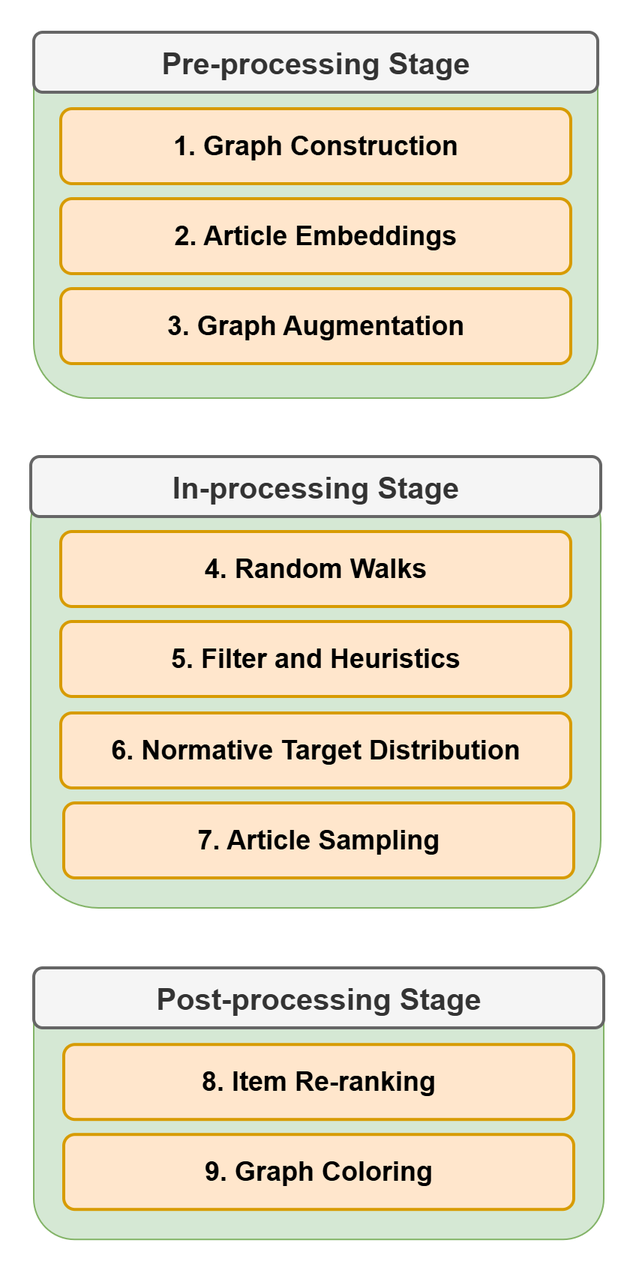
The draw.io diagram docs/source/img/presentation_assets/algorithm_pipeline_v4.2_simple.png in Informfully/Documentation, before a commit. Source tidied: cells renumbered, new cells last; positions are measured from the earlier drawing's top-left corner, leaving out a move shared by most shapes.
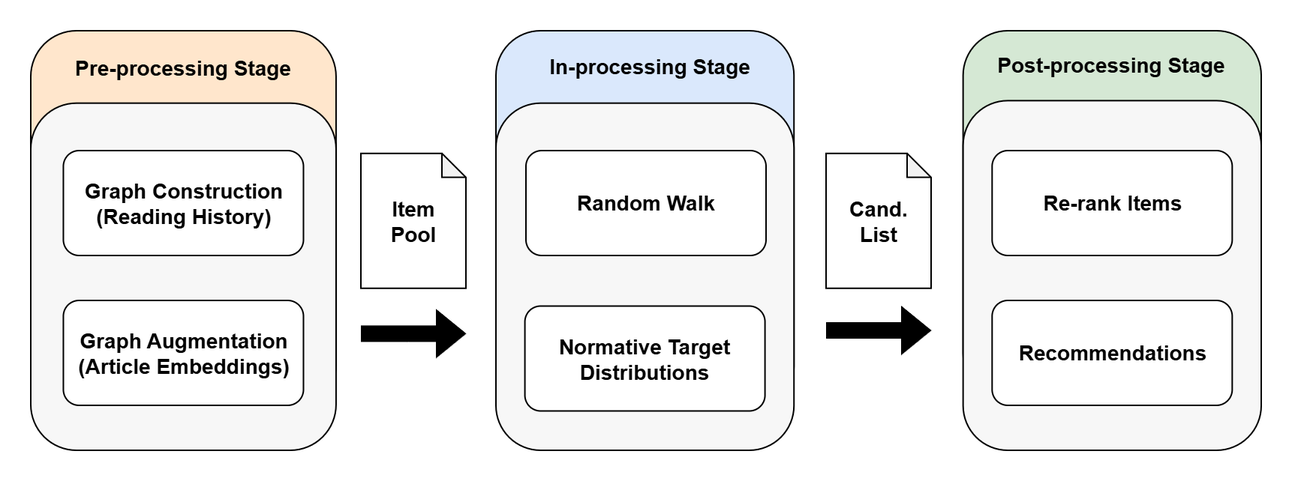
After the change.

Commit message:
Revised presentation diagram

Diff of the diagram source:
```diff
@@ -2,50 +2,74 @@
   <root>
     <mxCell id="0" />
     <mxCell id="1" parent="0" />
-    <mxCell id="2" style="rounded=1;whiteSpace=wrap;html=1;fillColor=#d5e8d4;strokeColor=#82b366;" parent="1" vertex="1">
-      <mxGeometry x="2" width="376" height="244" as="geometry" />
+    <mxCell id="2" value="&lt;font style=&quot;font-size: 14px;&quot;&gt;&lt;b&gt;Item&lt;br&gt;Pool&lt;/b&gt;&lt;/font&gt;" style="shape=note;whiteSpace=wrap;html=1;backgroundOutline=1;darkOpacity=0.05;size=16;" parent="1" vertex="1">
+      <mxGeometry x="976" y="214.9" width="70" height="90" as="geometry" />
     </mxCell>
-    <mxCell id="3" value="&lt;font style=&quot;font-size: 18px;&quot;&gt;&lt;b style=&quot;&quot;&gt;1. Graph Construction&lt;/b&gt;&lt;/font&gt;" style="rounded=1;whiteSpace=wrap;html=1;fillColor=#ffe6cc;strokeColor=#d79b00;strokeWidth=2;" parent="1" vertex="1">
-      <mxGeometry x="20" y="51" width="340" height="50" as="geometry" />
+    <mxCell id="3" value="&lt;font style=&quot;font-size: 14px;&quot;&gt;&lt;b style=&quot;&quot;&gt;Cand.&lt;br&gt;List&lt;/b&gt;&lt;/font&gt;" style="shape=note;whiteSpace=wrap;html=1;backgroundOutline=1;darkOpacity=0.05;size=16;" parent="1" vertex="1">
+      <mxGeometry x="1286" y="214.9" width="70" height="90" as="geometry" />
     </mxCell>
-    <mxCell id="4" value="&lt;b&gt;&lt;font style=&quot;font-size: 20px;&quot;&gt;Pre-processing Stage&lt;/font&gt;&lt;/b&gt;" style="rounded=1;whiteSpace=wrap;html=1;fillColor=#f5f5f5;strokeColor=#666666;fontColor=#333333;strokeWidth=2;" parent="1" vertex="1">
-      <mxGeometry x="2" width="376" height="40" as="geometry" />
+    <mxCell id="4" style="group;" parent="1" vertex="1">
+      <mxGeometry x="1376" y="133" width="200" height="280" as="geometry" />
     </mxCell>
-    <mxCell id="5" value="&lt;font style=&quot;font-size: 18px;&quot;&gt;&lt;b style=&quot;&quot;&gt;2. Article Embeddings&lt;/b&gt;&lt;/font&gt;" style="rounded=1;whiteSpace=wrap;html=1;fillColor=#ffe6cc;strokeColor=#d79b00;strokeWidth=2;" parent="1" vertex="1">
-      <mxGeometry x="20" y="111" width="340" height="50" as="geometry" />
+    <mxCell id="5" style="rounded=1;whiteSpace=wrap;html=1;fillColor=#d5e8d4;strokeColor=#000000;" parent="4" vertex="1">
+      <mxGeometry x="1.3" width="198.7" height="245" as="geometry" />
     </mxCell>
-    <mxCell id="6" style="rounded=1;whiteSpace=wrap;html=1;fillColor=#d5e8d4;strokeColor=#82b366;" parent="1" vertex="1">
-      <mxGeometry y="283" width="380" height="301" as="geometry" />
+    <mxCell id="6" style="rounded=1;whiteSpace=wrap;html=1;fillColor=light-dark(#F7F7F7,#EDEDED);" parent="4" vertex="1">
+      <mxGeometry x="1.3" y="46.7" width="198.7" height="233.3" as="geometry" />
     </mxCell>
-    <mxCell id="7" value="&lt;b&gt;&lt;font style=&quot;font-size: 20px;&quot;&gt;In-processing Stage&lt;/font&gt;&lt;/b&gt;" style="rounded=1;whiteSpace=wrap;html=1;fillColor=#f5f5f5;strokeColor=#666666;fontColor=#333333;strokeWidth=2;" parent="1" vertex="1">
-      <mxGeometry y="283" width="380" height="40" as="geometry" />
+    <mxCell id="7" value="&lt;font style=&quot;font-size: 14px;&quot;&gt;&lt;b style=&quot;&quot;&gt;Post-processing Stage&lt;/b&gt;&lt;/font&gt;" style="text;html=1;align=center;verticalAlign=middle;whiteSpace=wrap;rounded=0;" parent="4" vertex="1">
+      <mxGeometry width="200" height="46.7" as="geometry" />
     </mxCell>
-    <mxCell id="8" value="&lt;b&gt;&lt;font style=&quot;font-size: 18px;&quot;&gt;4. Random Walks&lt;/font&gt;&lt;/b&gt;" style="rounded=1;whiteSpace=wrap;html=1;fillColor=#ffe6cc;strokeColor=#d79b00;strokeWidth=2;" parent="1" vertex="1">
-      <mxGeometry x="20" y="333" width="340" height="50" as="geometry" />
+    <mxCell id="8" value="Re-rank Items" style="rounded=1;whiteSpace=wrap;html=1;fontStyle=1;fontSize=14;" parent="4" vertex="1">
+      <mxGeometry x="20.7" y="80" width="160" height="70" as="geometry" />
     </mxCell>
-    <mxCell id="9" value="&lt;b&gt;&lt;font&gt;&lt;font style=&quot;font-size: 18px;&quot;&gt;5. Filter and Heuristics&lt;/font&gt;&lt;/font&gt;&lt;/b&gt;" style="rounded=1;whiteSpace=wrap;html=1;fillColor=#ffe6cc;strokeColor=#d79b00;strokeWidth=2;" parent="1" vertex="1">
-      <mxGeometry x="20" y="393" width="340" height="50" as="geometry" />
+    <mxCell id="9" value="Recommendations" style="rounded=1;whiteSpace=wrap;html=1;fontStyle=1;fontSize=14;" parent="4" vertex="1">
+      <mxGeometry x="20.7" y="180" width="160" height="70" as="geometry" />
     </mxCell>
-    <mxCell id="10" style="rounded=1;whiteSpace=wrap;html=1;fillColor=#d5e8d4;strokeColor=#82b366;" parent="1" vertex="1">
-      <mxGeometry x="2" y="624" width="380" height="181.1" as="geometry" />
+    <mxCell id="10" value="z" style="group;" parent="1" vertex="1">
+      <mxGeometry x="756" y="133" width="230" height="290" as="geometry" />
     </mxCell>
-    <mxCell id="11" value="&lt;b&gt;&lt;font style=&quot;font-size: 20px;&quot;&gt;Post-processing Stage&lt;/font&gt;&lt;/b&gt;" style="rounded=1;whiteSpace=wrap;html=1;fillColor=#f5f5f5;strokeColor=#666666;fontColor=#333333;strokeWidth=2;" parent="1" vertex="1">
-      <mxGeometry x="2" y="624" width="380" height="40" as="geometry" />
+    <mxCell id="11" style="rounded=1;whiteSpace=wrap;html=1;fillColor=#ffe6cc;strokeColor=#000000;" parent="10" vertex="1">
+      <mxGeometry width="203.5" height="253.7" as="geometry" />
     </mxCell>
-    <mxCell id="12" value="&lt;b&gt;&lt;font style=&quot;font-size: 18px;&quot;&gt;8. Item Re-ranking&lt;/font&gt;&lt;/b&gt;" style="rounded=1;whiteSpace=wrap;html=1;fillColor=#ffe6cc;strokeColor=#d79b00;strokeWidth=2;" parent="1" vertex="1">
-      <mxGeometry x="22" y="675.1" width="340" height="50" as="geometry" />
+    <mxCell id="12" style="rounded=1;whiteSpace=wrap;html=1;fillColor=light-dark(#F7F7F7,#EDEDED);" parent="10" vertex="1">
+      <mxGeometry y="48.3" width="203.5" height="231.7" as="geometry" />
     </mxCell>
-    <mxCell id="13" value="&lt;b&gt;&lt;font style=&quot;font-size: 18px;&quot;&gt;9. Graph Coloring&lt;/font&gt;&lt;/b&gt;" style="rounded=1;whiteSpace=wrap;html=1;fillColor=#ffe6cc;strokeColor=#d79b00;strokeWidth=2;" parent="1" vertex="1">
-      <mxGeometry x="22" y="735.1" width="340" height="50" as="geometry" />
+    <mxCell id="13" value="&lt;font style=&quot;font-size: 14px;&quot;&gt;&lt;b&gt;Pre-processing Stage&lt;/b&gt;&lt;/font&gt;" style="text;html=1;align=center;verticalAlign=middle;whiteSpace=wrap;rounded=0;" parent="10" vertex="1">
+      <mxGeometry width="203.5" height="50" as="geometry" />
     </mxCell>
-    <mxCell id="14" value="&lt;font style=&quot;font-size: 18px;&quot;&gt;&lt;b style=&quot;&quot;&gt;3. Graph Augmentation&lt;/b&gt;&lt;/font&gt;" style="rounded=1;whiteSpace=wrap;html=1;fillColor=#ffe6cc;strokeColor=#d79b00;strokeWidth=2;" parent="1" vertex="1">
-      <mxGeometry x="20" y="171" width="340" height="50" as="geometry" />
+    <mxCell id="14" value="Graph Construction&lt;br&gt;(Reading History)" style="rounded=1;whiteSpace=wrap;html=1;fontStyle=1;fontSize=14;" parent="10" vertex="1">
+      <mxGeometry x="21.7" y="80" width="160" height="70" as="geometry" />
     </mxCell>
-    <mxCell id="15" value="&lt;font style=&quot;font-size: 18px;&quot;&gt;&lt;b style=&quot;&quot;&gt;6. Normative Target Distribution&lt;/b&gt;&lt;/font&gt;" style="rounded=1;whiteSpace=wrap;html=1;fillColor=#ffe6cc;strokeColor=#d79b00;strokeWidth=2;" parent="1" vertex="1">
-      <mxGeometry x="20" y="454" width="340" height="50" as="geometry" />
+    <mxCell id="15" value="Graph Augmentation&lt;br&gt;(Article Embeddings)" style="rounded=1;whiteSpace=wrap;html=1;fontStyle=1;fontSize=14;" parent="10" vertex="1">
+      <mxGeometry x="21.7" y="180" width="160" height="70" as="geometry" />
     </mxCell>
-    <mxCell id="16" value="&lt;font style=&quot;font-size: 18px;&quot;&gt;&lt;b style=&quot;&quot;&gt;7. Article Sampling&lt;/b&gt;&lt;/font&gt;" style="rounded=1;whiteSpace=wrap;html=1;fillColor=#ffe6cc;strokeColor=#d79b00;strokeWidth=2;" parent="1" vertex="1">
-      <mxGeometry x="22" y="514" width="340" height="50" as="geometry" />
+    <mxCell id="16" style="rounded=1;whiteSpace=wrap;html=1;fillColor=#dae8fc;strokeColor=#000000;" parent="1" vertex="1">
+      <mxGeometry x="1066" y="133" width="198.6" height="253.7" as="geometry" />
     </mxCell>
+    <mxCell id="17" style="rounded=1;whiteSpace=wrap;html=1;fillColor=light-dark(#F7F7F7,#EDEDED);" parent="1" vertex="1">
+      <mxGeometry x="1066" y="181.3" width="198.6" height="231.7" as="geometry" />
+    </mxCell>
+    <mxCell id="18" value="&lt;b&gt;&lt;font style=&quot;font-size: 14px;&quot;&gt;In-processing Stage&lt;/font&gt;&lt;/b&gt;" style="text;html=1;align=center;verticalAlign=middle;whiteSpace=wrap;rounded=0;" parent="1" vertex="1">
+      <mxGeometry x="1070.9" y="133" width="195.1" height="48.3" as="geometry" />
+    </mxCell>
+    <mxCell id="19" value="Random Walk" style="rounded=1;whiteSpace=wrap;html=1;fontStyle=1;fontSize=14;" parent="1" vertex="1">
+      <mxGeometry x="1086" y="213" width="160" height="70" as="geometry" />
+    </mxCell>
+    <mxCell id="20" style="shape=flexArrow;endArrow=classic;html=1;rounded=0;fillColor=#000000;gradientColor=none;" parent="1" edge="1">
+      <mxGeometry relative="1" as="geometry">
+        <mxPoint x="976" y="335.1" as="sourcePoint" />
+        <mxPoint x="1046" y="335.1" as="targetPoint" />
+      </mxGeometry>
+    </mxCell>
+    <mxCell id="21" style="shape=flexArrow;endArrow=classic;html=1;rounded=0;fillColor=#000000;gradientColor=none;" parent="1" edge="1">
+      <mxGeometry relative="1" as="geometry">
+        <mxPoint x="1286" y="333" as="sourcePoint" />
+        <mxPoint x="1356" y="333" as="targetPoint" />
+      </mxGeometry>
+    </mxCell>
+    <mxCell id="22" value="Normative Target Distributions" style="rounded=1;whiteSpace=wrap;html=1;fontStyle=1;fontSize=14;" parent="1" vertex="1">
+      <mxGeometry x="1085.3" y="316.8" width="160" height="70" as="geometry" />
+    </mxCell>
   </root>
 </mxGraphModel>
```
